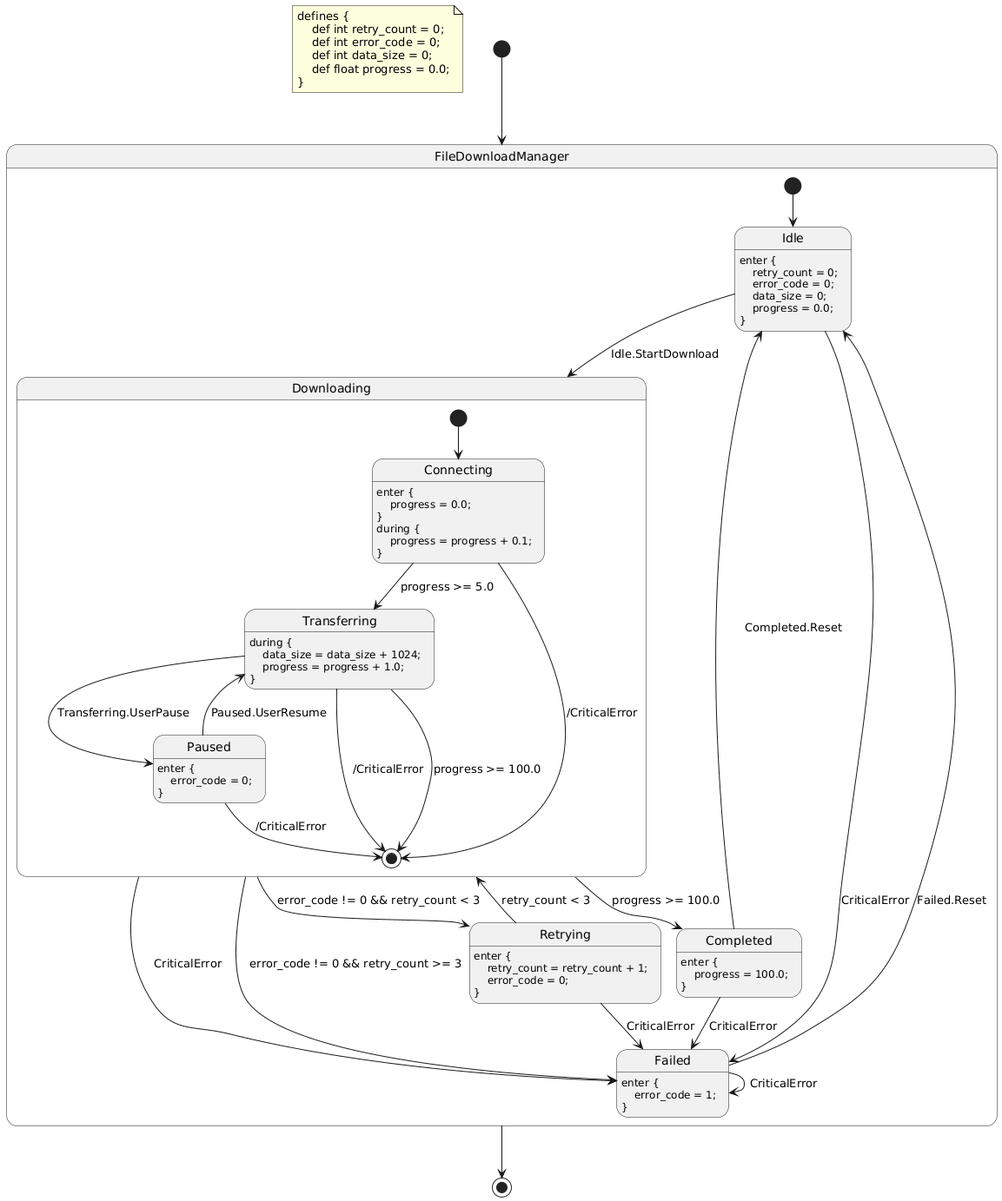
HansBug/pyfcstm keeps this PlantUML diagram as docs/source/tutorials/cli/file_download.fcstm.puml.png. Above is the earlier version. Source of this version:
```plantuml
@startuml
hide empty description
note as DefinitionNote
defines {
    def int retry_count = 0;
    def int error_code = 0;
    def int data_size = 0;
    def float progress = 0.0;
}
end note

state "FileDownloadManager" as file_download_manager {
    state "Idle" as file_download_manager__idle
    file_download_manager__idle : enter {\n    retry_count = 0;\n    error_code = 0;\n    data_size = 0;\n    progress = 0.0;\n}
    state "Downloading" as file_download_manager__downloading {
        state "Connecting" as file_download_manager__downloading__connecting
        file_download_manager__downloading__connecting : enter {\n    progress = 0.0;\n}\nduring {\n    progress = progress + 0.1;\n}
        state "Transferring" as file_download_manager__downloading__transferring
        file_download_manager__downloading__transferring : during {\n    data_size = data_size + 1024;\n    progress = progress + 1.0;\n}
        state "Paused" as file_download_manager__downloading__paused
        file_download_manager__downloading__paused : enter {\n    error_code = 0;\n}
        file_download_manager__downloading__connecting --> [*] : /CriticalError
        file_download_manager__downloading__transferring --> [*] : /CriticalError
        file_download_manager__downloading__paused --> [*] : /CriticalError
        [*] --> file_download_manager__downloading__connecting
        file_download_manager__downloading__connecting --> file_download_manager__downloading__transferring : progress >= 5.0
        file_download_manager__downloading__transferring --> file_download_manager__downloading__paused : Transferring.UserPause
        file_download_manager__downloading__paused --> file_download_manager__downloading__transferring : Paused.UserResume
        file_download_manager__downloading__transferring --> [*] : progress >= 100.0
    }
    state "Retrying" as file_download_manager__retrying
    file_download_manager__retrying : enter {\n    retry_count = retry_count + 1;\n    error_code = 0;\n}
    state "Completed" as file_download_manager__completed
    file_download_manager__completed : enter {\n    progress = 100.0;\n}
    state "Failed" as file_download_manager__failed
    file_download_manager__failed : enter {\n    error_code = 1;\n}
    file_download_manager__idle --> file_download_manager__failed : CriticalError
    file_download_manager__downloading --> file_download_manager__failed : CriticalError
    file_download_manager__retrying --> file_download_manager__failed : CriticalError
    file_download_manager__completed --> file_download_manager__failed : CriticalError
    file_download_manager__failed --> file_download_manager__failed : CriticalError
    [*] --> file_download_manager__idle
    file_download_manager__idle --> file_download_manager__downloading : Idle.StartDownload
    file_download_manager__downloading --> file_download_manager__retrying : error_code != 0 && retry_count < 3
    file_download_manager__downloading --> file_download_manager__failed : error_code != 0 && retry_count >= 3
    file_download_manager__retrying --> file_download_manager__downloading : retry_count < 3
    file_download_manager__downloading --> file_download_manager__completed : progress >= 100.0
    file_download_manager__completed --> file_download_manager__idle : Completed.Reset
    file_download_manager__failed --> file_download_manager__idle : Failed.Reset
}
[*] --> file_download_manager
file_download_manager --> [*]
@enduml
```
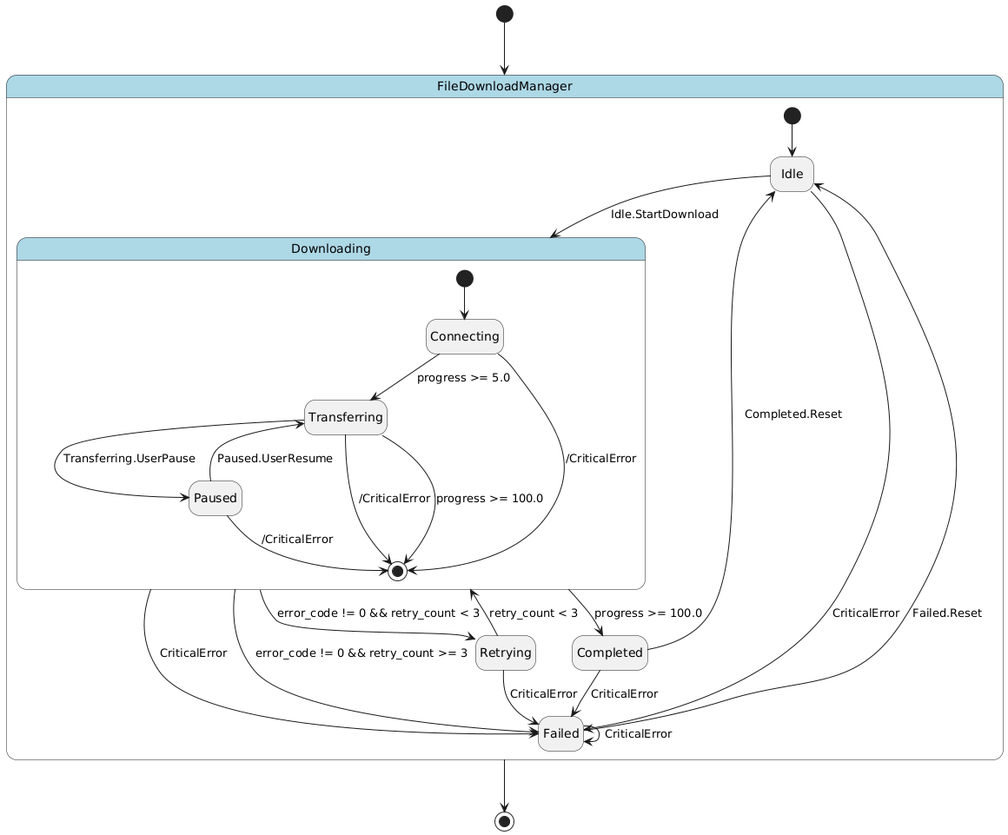
The same file after the commit.

Diff of the diagram source:
```diff
@@ -1,24 +1,19 @@
 @startuml
 hide empty description
-note as DefinitionNote
-defines {
-    def int retry_count = 0;
-    def int error_code = 0;
-    def int data_size = 0;
-    def float progress = 0.0;
+
+skinparam state {
+  BackgroundColor<<pseudo>> LightGray
+  BackgroundColor<<composite>> LightBlue
+  BorderColor<<pseudo>> Gray
+  FontStyle<<pseudo>> italic
 }
-end note
 
-state "FileDownloadManager" as file_download_manager {
+state "FileDownloadManager" as file_download_manager <<composite>> {
     state "Idle" as file_download_manager__idle
-    file_download_manager__idle : enter {\n    retry_count = 0;\n    error_code = 0;\n    data_size = 0;\n    progress = 0.0;\n}
-    state "Downloading" as file_download_manager__downloading {
+    state "Downloading" as file_download_manager__downloading <<composite>> {
         state "Connecting" as file_download_manager__downloading__connecting
-        file_download_manager__downloading__connecting : enter {\n    progress = 0.0;\n}\nduring {\n    progress = progress + 0.1;\n}
         state "Transferring" as file_download_manager__downloading__transferring
-        file_download_manager__downloading__transferring : during {\n    data_size = data_size + 1024;\n    progress = progress + 1.0;\n}
         state "Paused" as file_download_manager__downloading__paused
-        file_download_manager__downloading__paused : enter {\n    error_code = 0;\n}
         file_download_manager__downloading__connecting --> [*] : /CriticalError
         file_download_manager__downloading__transferring --> [*] : /CriticalError
         file_download_manager__downloading__paused --> [*] : /CriticalError
@@ -29,11 +24,8 @@
         file_download_manager__downloading__transferring --> [*] : progress >= 100.0
     }
     state "Retrying" as file_download_manager__retrying
-    file_download_manager__retrying : enter {\n    retry_count = retry_count + 1;\n    error_code = 0;\n}
     state "Completed" as file_download_manager__completed
-    file_download_manager__completed : enter {\n    progress = 100.0;\n}
     state "Failed" as file_download_manager__failed
-    file_download_manager__failed : enter {\n    error_code = 1;\n}
     file_download_manager__idle --> file_download_manager__failed : CriticalError
     file_download_manager__downloading --> file_download_manager__failed : CriticalError
     file_download_manager__retrying --> file_download_manager__failed : CriticalError
```
